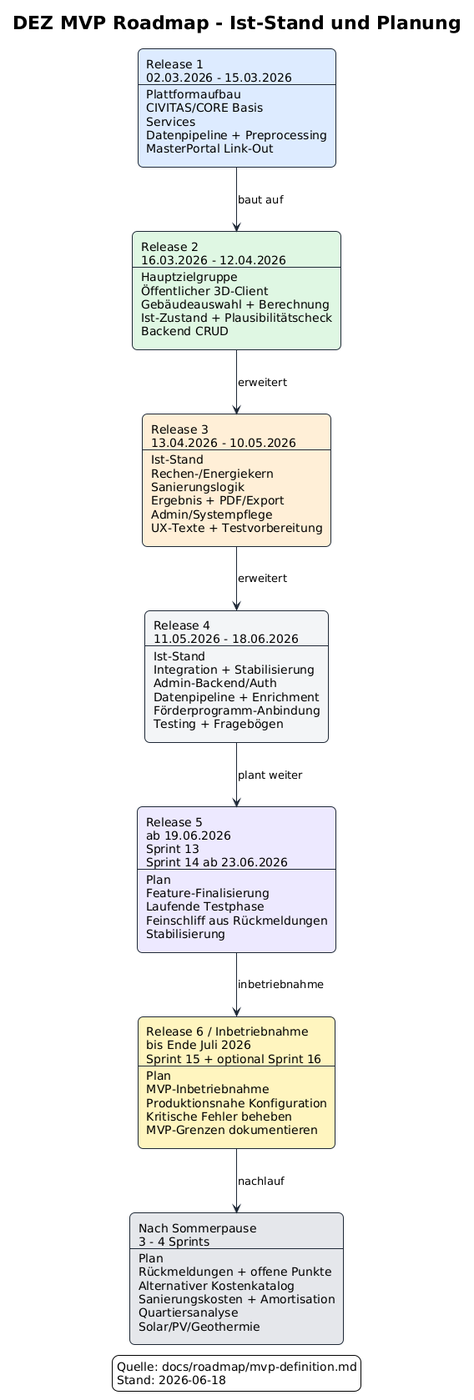
Before: docs/roadmap/attachments/mvp-roadmap.png, a diagram exported from PlantUML (csi-FOXBYTE/Regensburg_DigitalerEnergieZwilling_Backend).
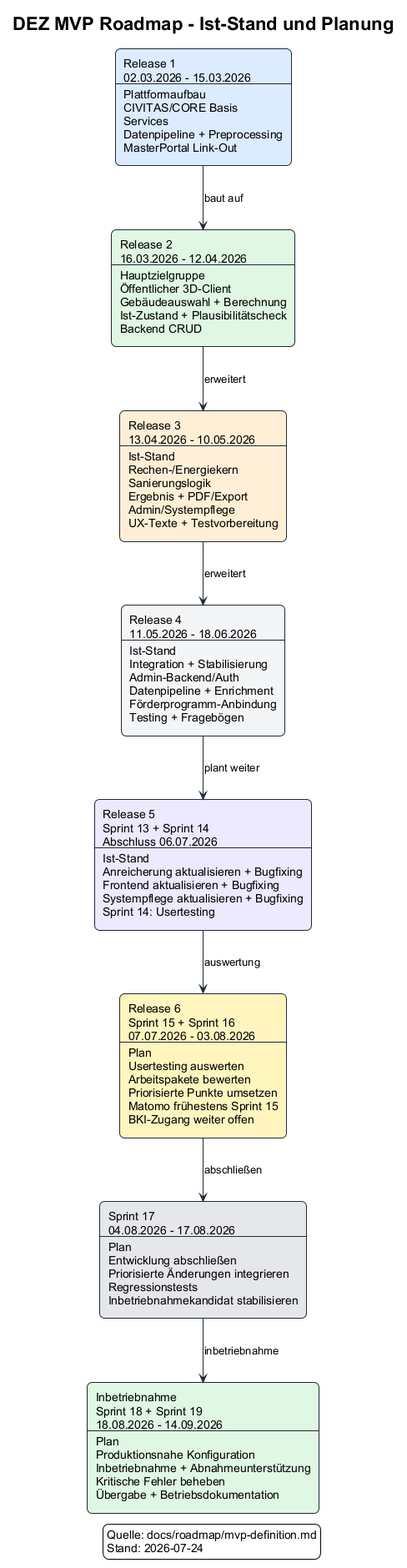
Later version of the same file.

What changed in the source:
```diff
@@ -20,22 +20,25 @@
 
 rectangle "Release 4%n()11.05.2026 - 18.06.2026%n()---%n()Ist-Stand%n()Integration + Stabilisierung%n()Admin-Backend/Auth%n()Datenpipeline + Enrichment%n()Förderprogramm-Anbindung%n()Testing + Fragebögen" as R4 #F3F4F6
 
-rectangle "Release 5%n()ab 19.06.2026%n()Sprint 13%n()Sprint 14 ab 23.06.2026%n()---%n()Plan%n()Feature-Finalisierung%n()Laufende Testphase%n()Feinschliff aus Rückmeldungen%n()Stabilisierung" as R5 #EDE9FE
+rectangle "Release 5%n()Sprint 13 + Sprint 14%n()Abschluss 06.07.2026%n()---%n()Ist-Stand%n()Anreicherung aktualisieren + Bugfixing%n()Frontend aktualisieren + Bugfixing%n()Systempflege aktualisieren + Bugfixing%n()Sprint 14: Usertesting" as R5 #EDE9FE
 
-rectangle "Release 6 / Inbetriebnahme%n()bis Ende Juli 2026%n()Sprint 15 + optional Sprint 16%n()---%n()Plan%n()MVP-Inbetriebnahme%n()Produktionsnahe Konfiguration%n()Kritische Fehler beheben%n()MVP-Grenzen dokumentieren" as R6 #FFF4BF
+rectangle "Release 6%n()Sprint 15 + Sprint 16%n()07.07.2026 - 03.08.2026%n()---%n()Plan%n()Usertesting auswerten%n()Arbeitspakete bewerten%n()Priorisierte Punkte umsetzen%n()Matomo frühestens Sprint 15%n()BKI-Zugang weiter offen" as R6 #FFF4BF
 
-rectangle "Nach Sommerpause%n()3 - 4 Sprints%n()---%n()Plan%n()Rückmeldungen + offene Punkte%n()Alternativer Kostenkatalog%n()Sanierungskosten + Amortisation%n()Quartiersanalyse%n()Solar/PV/Geothermie" as POST #E5E7EB
+rectangle "Sprint 17%n()04.08.2026 - 17.08.2026%n()---%n()Plan%n()Entwicklung abschließen%n()Priorisierte Änderungen integrieren%n()Regressionstests%n()Inbetriebnahmekandidat stabilisieren" as S17 #E5E7EB
+
+rectangle "Inbetriebnahme%n()Sprint 18 + Sprint 19%n()18.08.2026 - 14.09.2026%n()---%n()Plan%n()Produktionsnahe Konfiguration%n()Inbetriebnahme + Abnahmeunterstützung%n()Kritische Fehler beheben%n()Übergabe + Betriebsdokumentation" as IB #DFF7E2
 
 R1 --> R2 : baut auf
 R2 --> R3 : erweitert
 R3 --> R4 : erweitert
 R4 --> R5 : plant weiter
-R5 --> R6 : inbetriebnahme
-R6 --> POST : nachlauf
+R5 --> R6 : auswertung
+R6 --> S17 : abschließen
+S17 --> IB : inbetriebnahme
 
 legend right
   Quelle: docs/roadmap/mvp-definition.md
-  Stand: 2026-06-18
+  Stand: 2026-07-24
 endlegend
 
 @enduml
```
